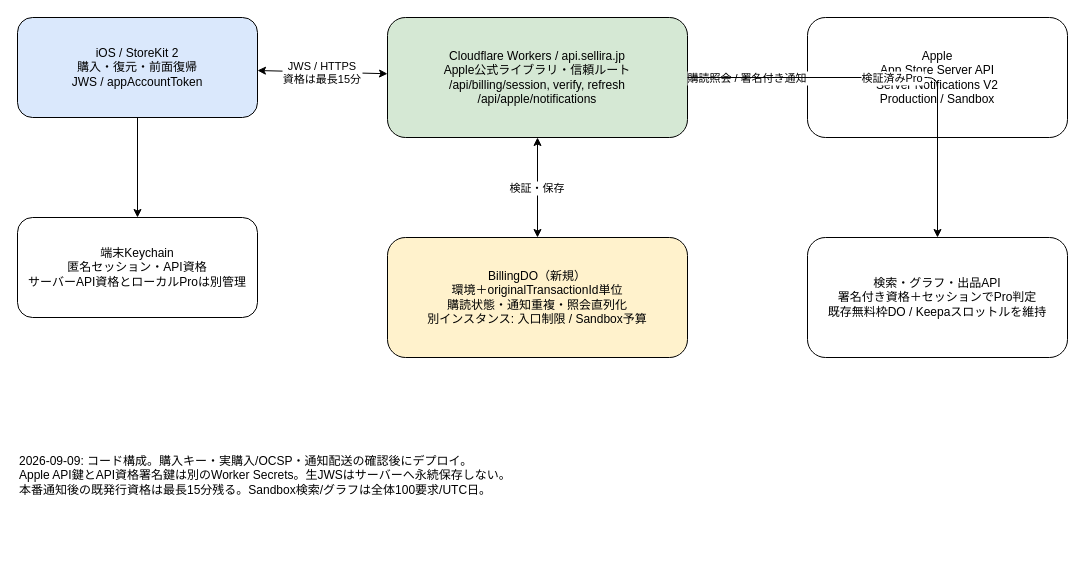
This is page "Pro購入検証（実装済・未デプロイ）" (2 of 2) of docs/infra.drawio from yuriasu2/-barcode_sedori, a draw.io file, before an edit. Source tidied: cells renumbered, new cells numbered last; positions are measured from the earlier drawing's top-left corner, leaving out a move shared by most shapes. Both pictures are drawn from the tidied source at 100%, with x=0, y=0 at pixel (17, 17).
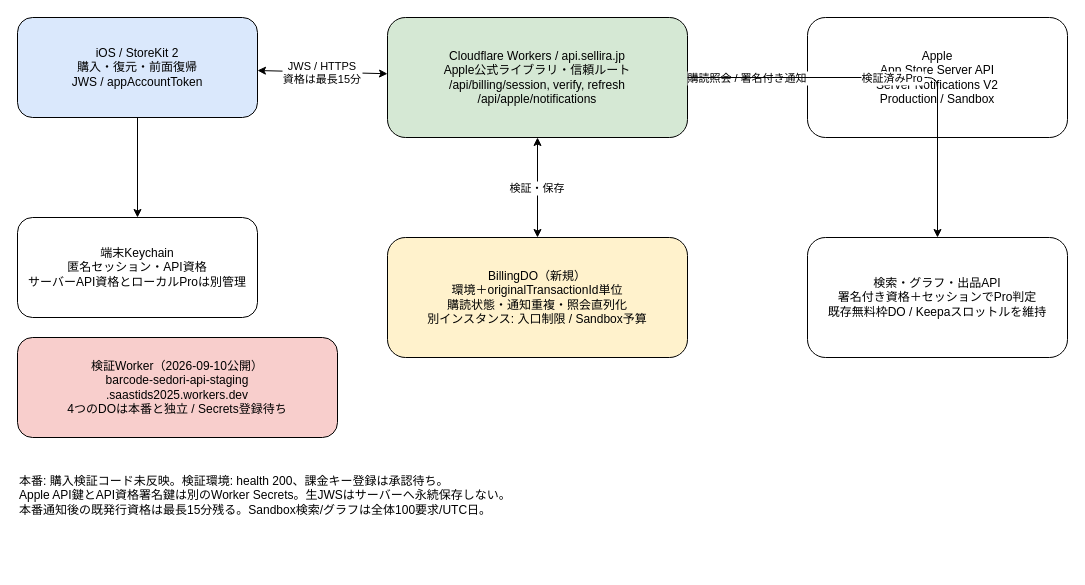
The same diagram, later.

Commit message (it also covers changes not shown here):
Provision isolated billing staging Worker and document setup

Diff of the diagram source:
```diff
@@
 <mxGraphModel>
   <root>
     <mxCell id="0" />
     <mxCell id="1" parent="0" />
     <mxCell id="2" value="iOS / StoreKit 2&#10;購入・復元・前面復帰&#10;JWS / appAccountToken" style="rounded=1;whiteSpace=wrap;html=1;fillColor=#dae8fc;" parent="1" vertex="1">
       <mxGeometry width="240" height="100" as="geometry" />
     </mxCell>
     <mxCell id="3" value="端末Keychain&#10;匿名セッション・API資格&#10;サーバーAPI資格とローカルProは別管理" style="rounded=1;whiteSpace=wrap;html=1;" parent="1" vertex="1">
       <mxGeometry y="200" width="240" height="100" as="geometry" />
     </mxCell>
     <mxCell id="4" value="Cloudflare Workers / api.sellira.jp&#10;Apple公式ライブラリ・信頼ルート&#10;/api/billing/session, verify, refresh&#10;/api/apple/notifications" style="rounded=1;whiteSpace=wrap;html=1;fillColor=#d5e8d4;" parent="1" vertex="1">
       <mxGeometry x="370" width="300" height="120" as="geometry" />
     </mxCell>
     <mxCell id="5" value="BillingDO（新規）&#10;環境＋originalTransactionId単位&#10;購読状態・通知重複・照会直列化&#10;別インスタンス: 入口制限 / Sandbox予算" style="rounded=1;whiteSpace=wrap;html=1;fillColor=#fff2cc;" parent="1" vertex="1">
       <mxGeometry x="370" y="220" width="300" height="120" as="geometry" />
     </mxCell>
     <mxCell id="6" value="Apple&#10;App Store Server API&#10;Server Notifications V2&#10;Production / Sandbox" style="rounded=1;whiteSpace=wrap;html=1;" parent="1" vertex="1">
       <mxGeometry x="790" width="260" height="120" as="geometry" />
     </mxCell>
     <mxCell id="7" value="検索・グラフ・出品API&#10;署名付き資格＋セッションでPro判定&#10;既存無料枠DO / Keepaスロットルを維持" style="rounded=1;whiteSpace=wrap;html=1;" parent="1" vertex="1">
       <mxGeometry x="790" y="220" width="260" height="120" as="geometry" />
     </mxCell>
     <mxCell id="8" value="JWS / HTTPS&#10;資格は最長15分" style="endArrow=classic;startArrow=classic;" parent="1" edge="1" source="2" target="4">
       <mxGeometry relative="1" as="geometry" />
     </mxCell>
     <mxCell id="9" style="endArrow=classic;" parent="1" edge="1" source="2" target="3">
       <mxGeometry relative="1" as="geometry" />
     </mxCell>
     <mxCell id="10" value="検証・保存" style="endArrow=classic;startArrow=classic;" parent="1" edge="1" source="4" target="5">
       <mxGeometry relative="1" as="geometry" />
     </mxCell>
     <mxCell id="11" value="購読照会 / 署名付き通知" style="endArrow=classic;startArrow=classic;" parent="1" edge="1" source="4" target="6">
       <mxGeometry relative="1" as="geometry" />
     </mxCell>
     <mxCell id="12" value="検証済みPro" style="endArrow=classic;edgeStyle=orthogonalEdgeStyle;" parent="1" edge="1" source="4" target="7">
       <mxGeometry relative="1" as="geometry" />
     </mxCell>
+    <mxCell id="14" value="検証Worker（2026-09-10公開）&#10;barcode-sedori-api-staging&#10;.saastids2025.workers.dev&#10;4つのDOは本番と独立 / Secrets登録待ち" style="rounded=1;whiteSpace=wrap;html=1;fillColor=#f8cecc;" parent="1" vertex="1">
+      <mxGeometry y="320" width="320" height="100" as="geometry" />
+    </mxCell>
-    <mxCell id="13" value="2026-09-09: コード構成。購入キー・実購入/OCSP・通知配送の確認後にデプロイ。&#10;Apple API鍵とAPI資格署名鍵は別のWorker Secrets。生JWSはサーバーへ永続保存しない。&#10;本番通知後の既発行資格は最長15分残る。Sandbox検索/グラフは全体100要求/UTC日。" style="text;whiteSpace=wrap;html=1;" parent="1" vertex="1">
-      <mxGeometry y="430" width="1050" height="100" as="geometry" />
+    <mxCell id="13" value="本番: 購入検証コード未反映。検証環境: health 200、課金キー登録は承認待ち。&#10;Apple API鍵とAPI資格署名鍵は別のWorker Secrets。生JWSはサーバーへ永続保存しない。&#10;本番通知後の既発行資格は最長15分残る。Sandbox検索/グラフは全体100要求/UTC日。" style="text;whiteSpace=wrap;html=1;" parent="1" vertex="1">
+      <mxGeometry y="450" width="1050" height="100" as="geometry" />
     </mxCell>
   </root>
 </mxGraphModel>
```
